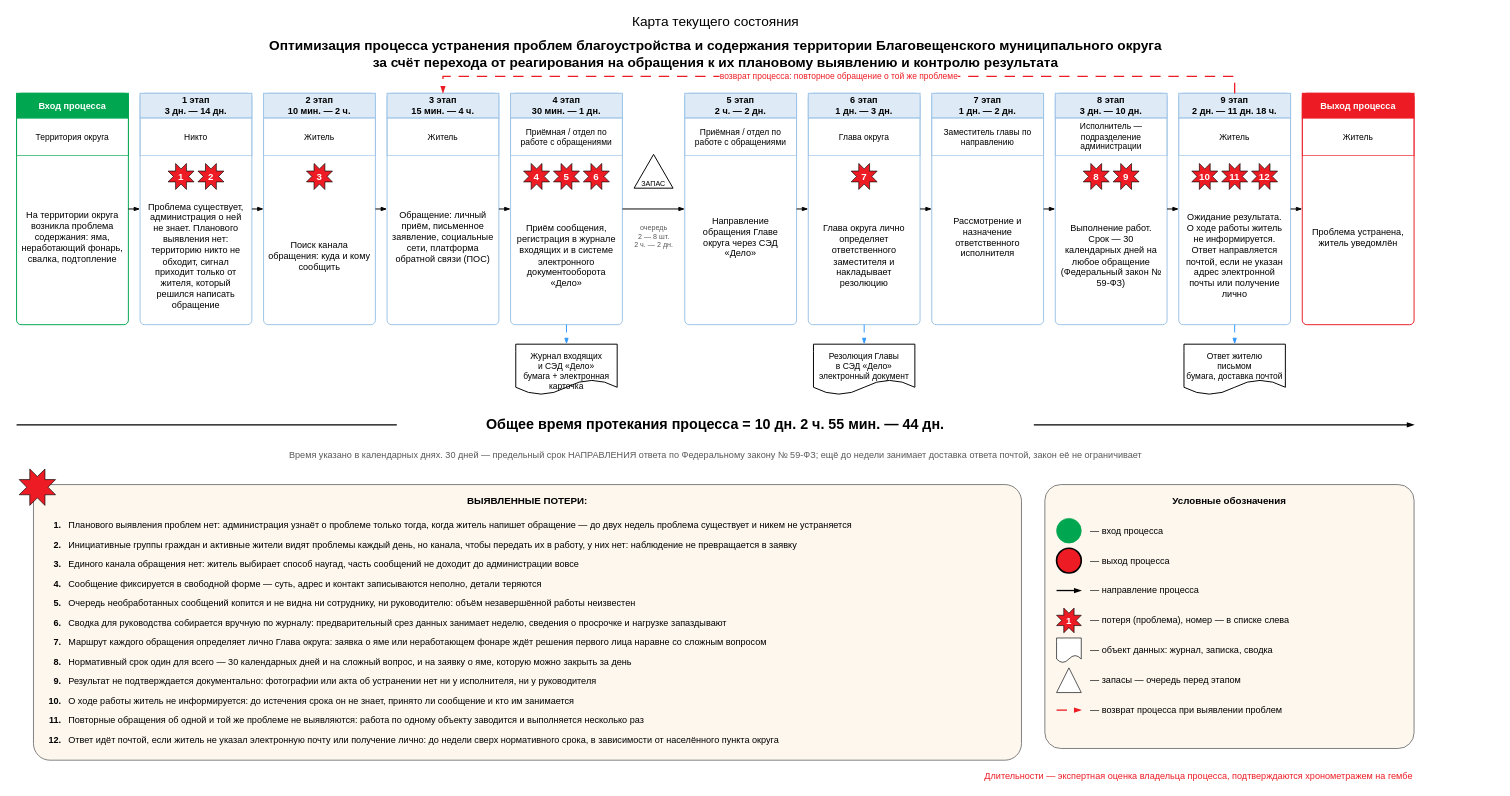
NiceGenn/Team-28-progress keeps this draw.io diagram as page "Текущее состояние" (1 of 2) of файлы/karta-tekushchego.drawio. Above is the earlier version. Source tidied: cells renumbered, new cells numbered last; positions are measured from the earlier drawing's top-left corner, leaving out a move shared by most shapes. Both pictures are drawn from the tidied source at 65%, with x=0, y=0 at pixel (16, 11).
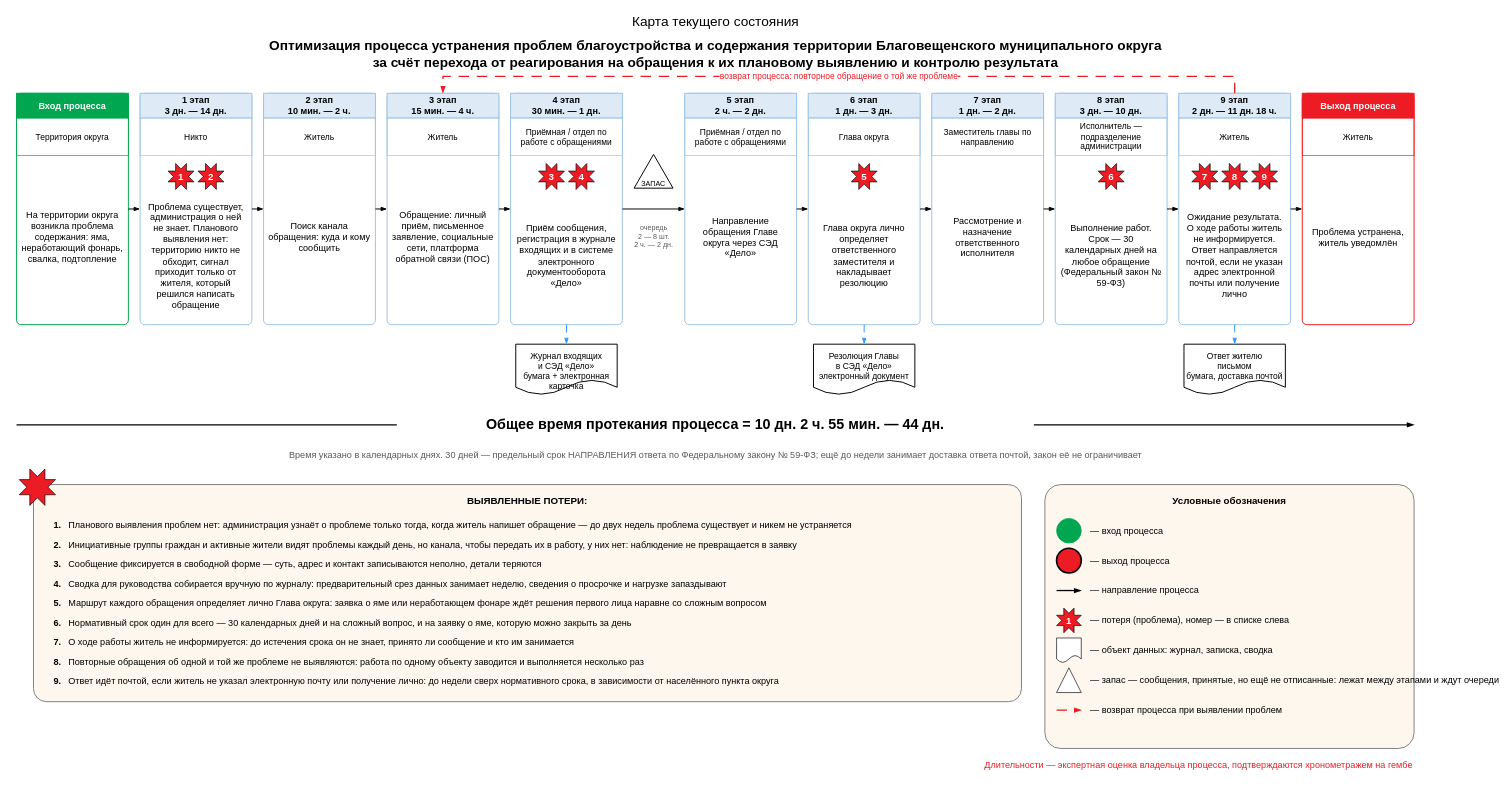
The same page after the edit.

Unchanged cells that the change refers to:
```xml
<mxCell id="108" value="Условные обозначения" style="rounded=1;arcSize=6;whiteSpace=wrap;html=1;fillColor=#FDF7EE;strokeColor=#7F7F7F;strokeWidth=1.5;verticalAlign=top;align=center;fontSize=15;fontStyle=1;spacing=12;" parent="1" vertex="1">
  <mxGeometry x="1582" y="728" width="568" height="406" as="geometry" />
</mxCell>
```

The edit, as a diff of the source:
```diff
@@
-    <mxCell id="15" value="3" style="shape=mxgraph.basic.8_point_star;whiteSpace=wrap;html=1;fillColor=#ED1C24;strokeColor=#000000;fontColor=#FFFFFF;fontStyle=1;fontSize=15;" parent="1" vertex="1">
-      <mxGeometry x="446" y="234" width="40" height="40" as="geometry" />
-    </mxCell>
     <mxCell id="16" value="Поиск канала обращения: куда и кому сообщить" style="text;html=1;whiteSpace=wrap;align=center;verticalAlign=middle;fontSize=14;" parent="1" vertex="1">
-      <mxGeometry x="386" y="280" width="160" height="192" as="geometry" />
+      <mxGeometry x="386" y="222" width="160" height="250" as="geometry" />
     </mxCell>
@@
-    <mxCell id="24" value="4" style="shape=mxgraph.basic.8_point_star;whiteSpace=wrap;html=1;fillColor=#ED1C24;strokeColor=#000000;fontColor=#FFFFFF;fontStyle=1;fontSize=15;" parent="1" vertex="1">
-      <mxGeometry x="780" y="234" width="40" height="40" as="geometry" />
+    <mxCell id="24" value="3" style="shape=mxgraph.basic.8_point_star;whiteSpace=wrap;html=1;fillColor=#ED1C24;strokeColor=#000000;fontColor=#FFFFFF;fontStyle=1;fontSize=15;" parent="1" vertex="1">
+      <mxGeometry x="803" y="234" width="40" height="40" as="geometry" />
     </mxCell>
-    <mxCell id="25" value="5" style="shape=mxgraph.basic.8_point_star;whiteSpace=wrap;html=1;fillColor=#ED1C24;strokeColor=#000000;fontColor=#FFFFFF;fontStyle=1;fontSize=15;" parent="1" vertex="1">
-      <mxGeometry x="826" y="234" width="40" height="40" as="geometry" />
+    <mxCell id="25" value="4" style="shape=mxgraph.basic.8_point_star;whiteSpace=wrap;html=1;fillColor=#ED1C24;strokeColor=#000000;fontColor=#FFFFFF;fontStyle=1;fontSize=15;" parent="1" vertex="1">
+      <mxGeometry x="849" y="234" width="40" height="40" as="geometry" />
     </mxCell>
-    <mxCell id="26" value="6" style="shape=mxgraph.basic.8_point_star;whiteSpace=wrap;html=1;fillColor=#ED1C24;strokeColor=#000000;fontColor=#FFFFFF;fontStyle=1;fontSize=15;" parent="1" vertex="1">
-      <mxGeometry x="872" y="234" width="40" height="40" as="geometry" />
-    </mxCell>
@@
-    <mxCell id="35" value="7" style="shape=mxgraph.basic.8_point_star;whiteSpace=wrap;html=1;fillColor=#ED1C24;strokeColor=#000000;fontColor=#FFFFFF;fontStyle=1;fontSize=15;" parent="1" vertex="1">
+    <mxCell id="35" value="5" style="shape=mxgraph.basic.8_point_star;whiteSpace=wrap;html=1;fillColor=#ED1C24;strokeColor=#000000;fontColor=#FFFFFF;fontStyle=1;fontSize=15;" parent="1" vertex="1">
       <mxGeometry x="1284" y="234" width="40" height="40" as="geometry" />
     </mxCell>
@@
-    <mxCell id="44" value="8" style="shape=mxgraph.basic.8_point_star;whiteSpace=wrap;html=1;fillColor=#ED1C24;strokeColor=#000000;fontColor=#FFFFFF;fontStyle=1;fontSize=15;" parent="1" vertex="1">
-      <mxGeometry x="1641" y="234" width="40" height="40" as="geometry" />
+    <mxCell id="44" value="6" style="shape=mxgraph.basic.8_point_star;whiteSpace=wrap;html=1;fillColor=#ED1C24;strokeColor=#000000;fontColor=#FFFFFF;fontStyle=1;fontSize=15;" parent="1" vertex="1">
+      <mxGeometry x="1664" y="234" width="40" height="40" as="geometry" />
     </mxCell>
-    <mxCell id="45" value="9" style="shape=mxgraph.basic.8_point_star;whiteSpace=wrap;html=1;fillColor=#ED1C24;strokeColor=#000000;fontColor=#FFFFFF;fontStyle=1;fontSize=15;" parent="1" vertex="1">
-      <mxGeometry x="1687" y="234" width="40" height="40" as="geometry" />
-    </mxCell>
@@
-    <mxCell id="50" value="10" style="shape=mxgraph.basic.8_point_star;whiteSpace=wrap;html=1;fillColor=#ED1C24;strokeColor=#000000;fontColor=#FFFFFF;fontStyle=1;fontSize=15;" parent="1" vertex="1">
+    <mxCell id="50" value="7" style="shape=mxgraph.basic.8_point_star;whiteSpace=wrap;html=1;fillColor=#ED1C24;strokeColor=#000000;fontColor=#FFFFFF;fontStyle=1;fontSize=15;" parent="1" vertex="1">
       <mxGeometry x="1808" y="234" width="40" height="40" as="geometry" />
     </mxCell>
-    <mxCell id="51" value="11" style="shape=mxgraph.basic.8_point_star;whiteSpace=wrap;html=1;fillColor=#ED1C24;strokeColor=#000000;fontColor=#FFFFFF;fontStyle=1;fontSize=15;" parent="1" vertex="1">
+    <mxCell id="51" value="8" style="shape=mxgraph.basic.8_point_star;whiteSpace=wrap;html=1;fillColor=#ED1C24;strokeColor=#000000;fontColor=#FFFFFF;fontStyle=1;fontSize=15;" parent="1" vertex="1">
       <mxGeometry x="1854" y="234" width="40" height="40" as="geometry" />
     </mxCell>
-    <mxCell id="52" value="12" style="shape=mxgraph.basic.8_point_star;whiteSpace=wrap;html=1;fillColor=#ED1C24;strokeColor=#000000;fontColor=#FFFFFF;fontStyle=1;fontSize=15;" parent="1" vertex="1">
+    <mxCell id="52" value="9" style="shape=mxgraph.basic.8_point_star;whiteSpace=wrap;html=1;fillColor=#ED1C24;strokeColor=#000000;fontColor=#FFFFFF;fontStyle=1;fontSize=15;" parent="1" vertex="1">
       <mxGeometry x="1900" y="234" width="40" height="40" as="geometry" />
     </mxCell>
@@
     <mxCell id="82" value="ВЫЯВЛЕННЫЕ ПОТЕРИ:" style="rounded=1;arcSize=6;whiteSpace=wrap;html=1;fillColor=#FDF7EE;strokeColor=#7F7F7F;strokeWidth=1.5;verticalAlign=top;align=center;fontSize=15;fontStyle=1;spacing=12;" parent="1" vertex="1">
-      <mxGeometry x="26" y="728" width="1520" height="424" as="geometry" />
+      <mxGeometry x="26" y="728" width="1520" height="334" as="geometry" />
     </mxCell>
@@
-    <mxCell id="88" value="Единого канала обращения нет: житель выбирает способ наугад, часть сообщений не доходит до администрации вовсе" style="text;html=1;align=left;verticalAlign=middle;fontSize=14;" parent="82" vertex="1">
+    <mxCell id="88" value="Сообщение фиксируется в свободной форме — суть, адрес и контакт записываются неполно, детали теряются" style="text;html=1;align=left;verticalAlign=middle;fontSize=14;" parent="82" vertex="1">
       <mxGeometry x="52" y="108" width="1450" height="30" as="geometry" />
     </mxCell>
@@
-    <mxCell id="90" value="Сообщение фиксируется в свободной форме — суть, адрес и контакт записываются неполно, детали теряются" style="text;html=1;align=left;verticalAlign=middle;fontSize=14;" parent="82" vertex="1">
+    <mxCell id="90" value="Сводка для руководства собирается вручную по журналу: предварительный срез данных занимает неделю, сведения о просрочке и нагрузке запаздывают" style="text;html=1;align=left;verticalAlign=middle;fontSize=14;" parent="82" vertex="1">
       <mxGeometry x="52" y="138" width="1450" height="30" as="geometry" />
     </mxCell>
@@
-    <mxCell id="92" value="Очередь необработанных сообщений копится и не видна ни сотруднику, ни руководителю: объём незавершённой работы неизвестен" style="text;html=1;align=left;verticalAlign=middle;fontSize=14;" parent="82" vertex="1">
+    <mxCell id="92" value="Маршрут каждого обращения определяет лично Глава округа: заявка о яме или неработающем фонаре ждёт решения первого лица наравне со сложным вопросом" style="text;html=1;align=left;verticalAlign=middle;fontSize=14;" parent="82" vertex="1">
       <mxGeometry x="52" y="168" width="1450" height="30" as="geometry" />
     </mxCell>
@@
-    <mxCell id="94" value="Сводка для руководства собирается вручную по журналу: предварительный срез данных занимает неделю, сведения о просрочке и нагрузке запаздывают" style="text;html=1;align=left;verticalAlign=middle;fontSize=14;" parent="82" vertex="1">
+    <mxCell id="94" value="Нормативный срок один для всего — 30 календарных дней и на сложный вопрос, и на заявку о яме, которую можно закрыть за день" style="text;html=1;align=left;verticalAlign=middle;fontSize=14;" parent="82" vertex="1">
       <mxGeometry x="52" y="198" width="1450" height="30" as="geometry" />
     </mxCell>
@@
-    <mxCell id="96" value="Маршрут каждого обращения определяет лично Глава округа: заявка о яме или неработающем фонаре ждёт решения первого лица наравне со сложным вопросом" style="text;html=1;align=left;verticalAlign=middle;fontSize=14;" parent="82" vertex="1">
+    <mxCell id="96" value="О ходе работы житель не информируется: до истечения срока он не знает, принято ли сообщение и кто им занимается" style="text;html=1;align=left;verticalAlign=middle;fontSize=14;" parent="82" vertex="1">
       <mxGeometry x="52" y="228" width="1450" height="30" as="geometry" />
     </mxCell>
@@
-    <mxCell id="98" value="Нормативный срок один для всего — 30 календарных дней и на сложный вопрос, и на заявку о яме, которую можно закрыть за день" style="text;html=1;align=left;verticalAlign=middle;fontSize=14;" parent="82" vertex="1">
+    <mxCell id="98" value="Повторные обращения об одной и той же проблеме не выявляются: работа по одному объекту заводится и выполняется несколько раз" style="text;html=1;align=left;verticalAlign=middle;fontSize=14;" parent="82" vertex="1">
       <mxGeometry x="52" y="258" width="1450" height="30" as="geometry" />
     </mxCell>
@@
-    <mxCell id="100" value="Результат не подтверждается документально: фотографии или акта об устранении нет ни у исполнителя, ни у руководителя" style="text;html=1;align=left;verticalAlign=middle;fontSize=14;" parent="82" vertex="1">
+    <mxCell id="100" value="Ответ идёт почтой, если житель не указал электронную почту или получение лично: до недели сверх нормативного срока, в зависимости от населённого пункта округа" style="text;html=1;align=left;verticalAlign=middle;fontSize=14;" parent="82" vertex="1">
       <mxGeometry x="52" y="288" width="1450" height="30" as="geometry" />
     </mxCell>
-    <mxCell id="101" value="10." style="text;html=1;align=right;verticalAlign=middle;fontSize=14;fontStyle=1;" parent="82" vertex="1">
-      <mxGeometry x="14" y="318" width="30" height="30" as="geometry" />
-    </mxCell>
-    <mxCell id="102" value="О ходе работы житель не информируется: до истечения срока он не знает, принято ли сообщение и кто им занимается" style="text;html=1;align=left;verticalAlign=middle;fontSize=14;" parent="82" vertex="1">
-      <mxGeometry x="52" y="318" width="1450" height="30" as="geometry" />
-    </mxCell>
-    <mxCell id="103" value="11." style="text;html=1;align=right;verticalAlign=middle;fontSize=14;fontStyle=1;" parent="82" vertex="1">
-      <mxGeometry x="14" y="348" width="30" height="30" as="geometry" />
-    </mxCell>
-    <mxCell id="104" value="Повторные обращения об одной и той же проблеме не выявляются: работа по одному объекту заводится и выполняется несколько раз" style="text;html=1;align=left;verticalAlign=middle;fontSize=14;" parent="82" vertex="1">
-      <mxGeometry x="52" y="348" width="1450" height="30" as="geometry" />
-    </mxCell>
-    <mxCell id="105" value="12." style="text;html=1;align=right;verticalAlign=middle;fontSize=14;fontStyle=1;" parent="82" vertex="1">
-      <mxGeometry x="14" y="378" width="30" height="30" as="geometry" />
-    </mxCell>
-    <mxCell id="106" value="Ответ идёт почтой, если житель не указал электронную почту или получение лично: до недели сверх нормативного срока, в зависимости от населённого пункта округа" style="text;html=1;align=left;verticalAlign=middle;fontSize=14;" parent="82" vertex="1">
-      <mxGeometry x="52" y="378" width="1450" height="30" as="geometry" />
-    </mxCell>
@@
-    <mxCell id="120" value="— запасы — очередь перед этапом" style="text;html=1;align=left;verticalAlign=middle;fontSize=14;" parent="108" vertex="1">
+    <mxCell id="120" value="— запас — сообщения, принятые, но ещё не отписанные: лежат между этапами и ждут очереди" style="text;html=1;align=left;verticalAlign=middle;fontSize=14;" parent="108" vertex="1">
       <mxGeometry x="68" y="278" width="482" height="46" as="geometry" />
     </mxCell>
@@
     <mxCell id="123" value="Длительности — экспертная оценка владельца процесса, подтверждаются хронометражем на гембе" style="text;html=1;align=right;verticalAlign=middle;whiteSpace=wrap;fontSize=14;fontColor=#ED1C24;" parent="1" vertex="1">
-      <mxGeometry x="1250" y="1164" width="900" height="26" as="geometry" />
+      <mxGeometry x="1250" y="1146" width="900" height="26" as="geometry" />
     </mxCell>
```
